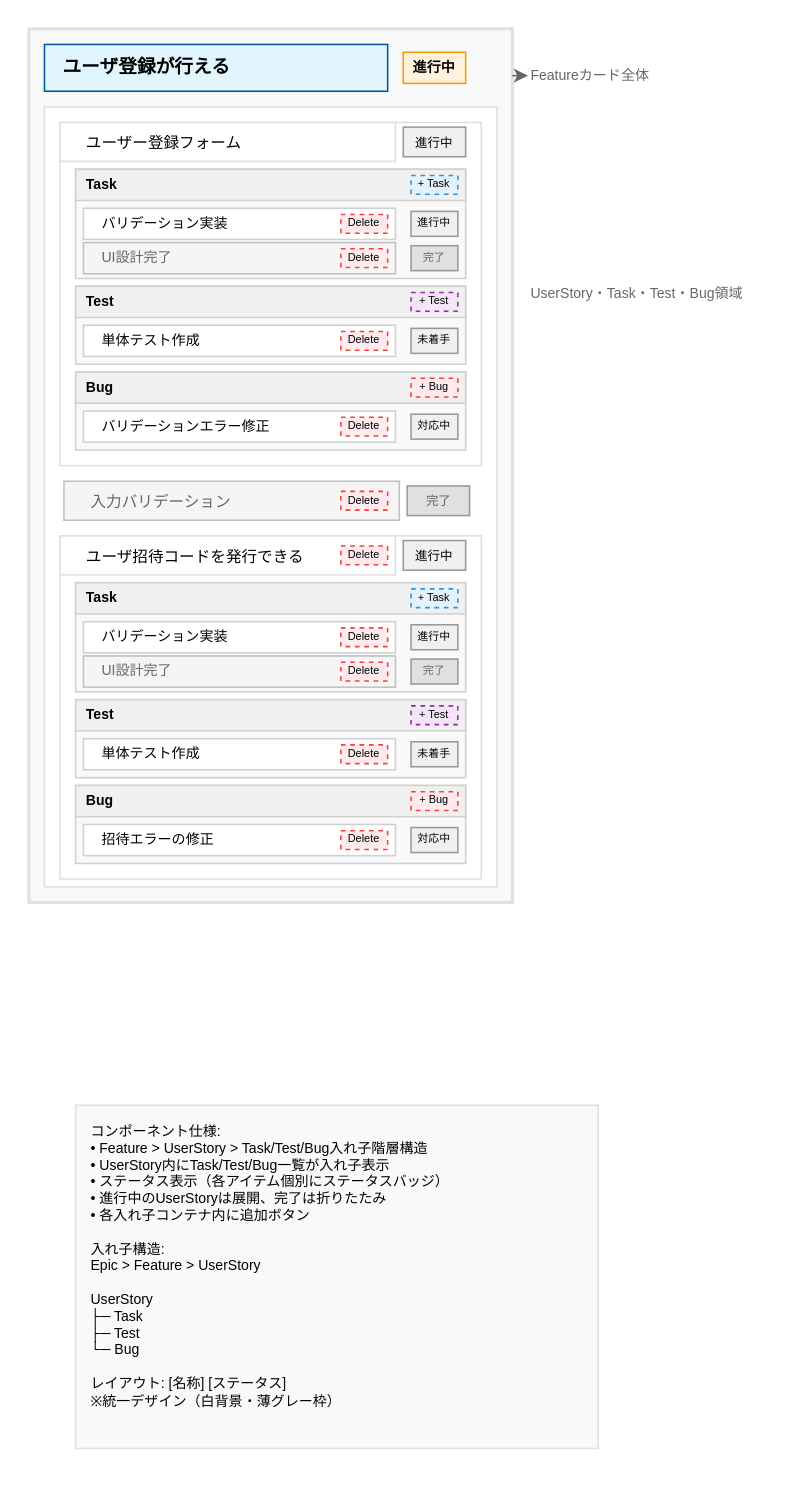
The draw.io diagram vibes/docs/specs/ui/kanban_ui_feature_card_component.drawio in hollySizzle/redmine_epic_ladder, before the edit. Source tidied: cells renumbered, new cells numbered last; positions are measured from the earlier drawing's top-left corner, leaving out a move shared by most shapes. Both pictures are drawn from the tidied source at 156%, with x=0, y=0 at pixel (28, 28).
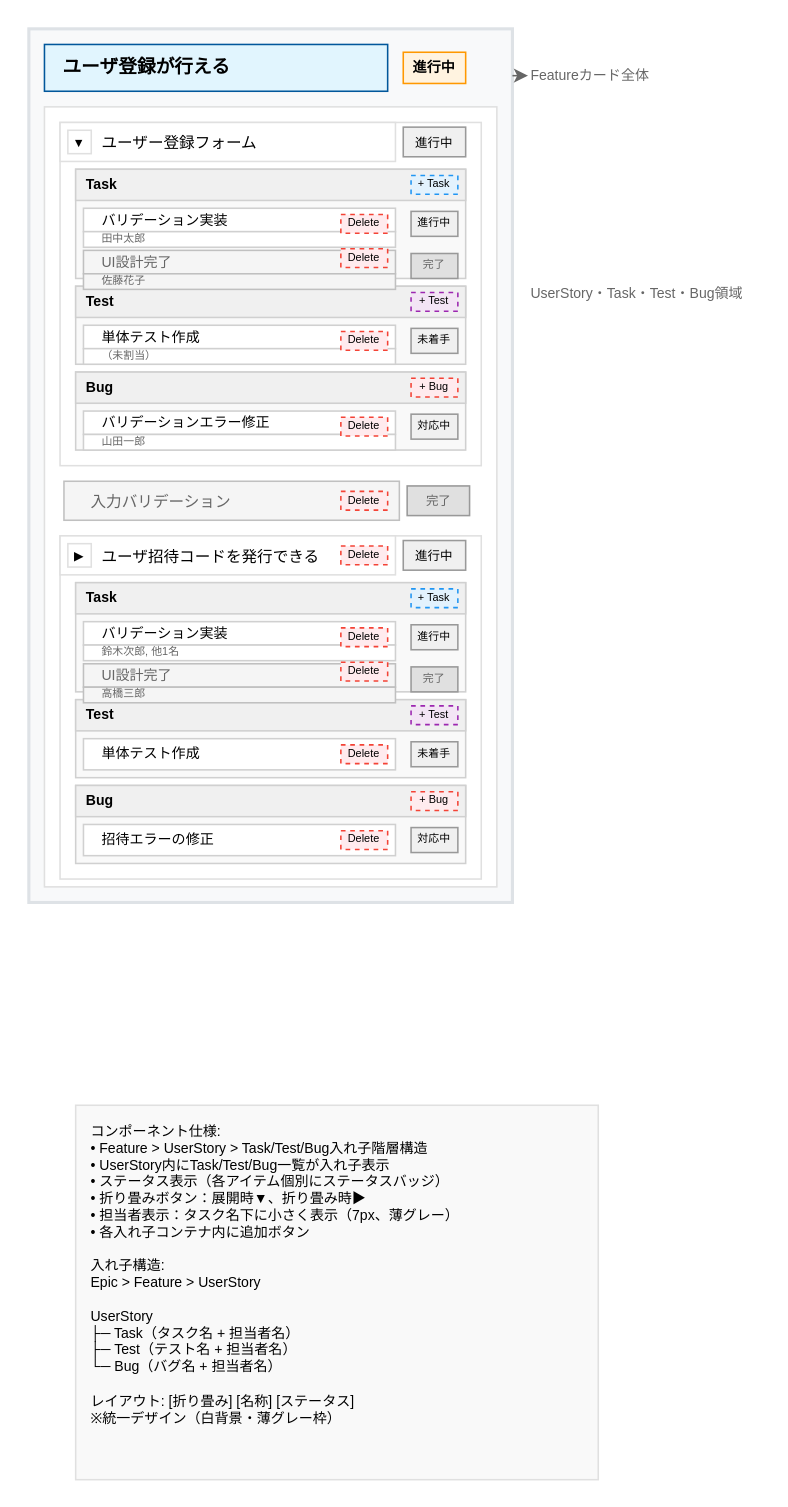
The same page after the edit.

Commit message:
ワイヤーフレームの更新(表示は崩れた)

The change refers to these unchanged cells:
```xml
<mxCell id="23" style="group;" parent="1" vertex="1">
  <mxGeometry x="30" y="90" width="250" height="70" as="geometry" />
</mxCell>
<mxCell id="33" style="group;" parent="1" vertex="1">
  <mxGeometry x="20" y="60" width="260" height="25" as="geometry" />
</mxCell>
<mxCell id="47" style="group;" parent="1" vertex="1">
  <mxGeometry x="30" y="355" width="250" height="70" as="geometry" />
</mxCell>
<mxCell id="57" style="group;" parent="1" vertex="1">
  <mxGeometry x="20" y="325" width="260" height="25" as="geometry" />
</mxCell>
```

The edit, as a diff of the source:
```diff
@@
-    <mxCell id="10" value="コンポーネント仕様:&lt;br&gt;• Feature &amp;gt; UserStory &amp;gt; Task/Test/Bug入れ子階層構造&lt;br&gt;• UserStory内にTask/Test/Bug一覧が入れ子表示&lt;br&gt;• ステータス表示（各アイテム個別にステータスバッジ）&lt;br&gt;• 進行中のUserStoryは展開、完了は折りたたみ&lt;br&gt;• 各入れ子コンテナ内に追加ボタン&lt;br&gt;&lt;br&gt;入れ子構造:&lt;br&gt;Epic &amp;gt; Feature &amp;gt; UserStory&lt;div&gt;&lt;font color=&quot;#000000&quot;&gt;&lt;br&gt;&lt;/font&gt;&lt;/div&gt;&lt;div&gt;&lt;span style=&quot;color: rgb(0, 0, 0);&quot;&gt;UserStory&lt;/span&gt;&lt;font color=&quot;#000000&quot;&gt;&lt;br&gt;&lt;/font&gt;  ├─ Task&lt;br&gt;  ├─ Test&lt;br&gt;  └─ Bug&lt;br&gt;&lt;br&gt;レイアウト: [名称] [ステータス]&lt;br&gt;※統一デザイン（白背景・薄グレー枠）&lt;/div&gt;" style="text;html=1;strokeColor=#e0e0e0;fillColor=#f9f9f9;align=left;verticalAlign=top;whiteSpace=wrap;rounded=0;fontSize=9;spacingTop=5;spacingLeft=8;" parent="1" vertex="1">
-      <mxGeometry x="30" y="690" width="335" height="220" as="geometry" />
+    <mxCell id="10" value="コンポーネント仕様:&lt;br&gt;• Feature &amp;gt; UserStory &amp;gt; Task/Test/Bug入れ子階層構造&lt;br&gt;• UserStory内にTask/Test/Bug一覧が入れ子表示&lt;br&gt;• ステータス表示（各アイテム個別にステータスバッジ）&lt;br&gt;• 折り畳みボタン：展開時▼、折り畳み時▶&lt;br&gt;• 担当者表示：タスク名下に小さく表示（7px、薄グレー）&lt;br&gt;• 各入れ子コンテナ内に追加ボタン&lt;br&gt;&lt;br&gt;入れ子構造:&lt;br&gt;Epic &amp;gt; Feature &amp;gt; UserStory&lt;div&gt;&lt;font color=&quot;#000000&quot;&gt;&lt;br&gt;&lt;/font&gt;&lt;/div&gt;&lt;div&gt;&lt;span style=&quot;color: rgb(0, 0, 0);&quot;&gt;UserStory&lt;/span&gt;&lt;font color=&quot;#000000&quot;&gt;&lt;br&gt;&lt;/font&gt;  ├─ Task（タスク名 + 担当者名）&lt;br&gt;  ├─ Test（テスト名 + 担当者名）&lt;br&gt;  └─ Bug（バグ名 + 担当者名）&lt;br&gt;&lt;br&gt;レイアウト: [折り畳み] [名称] [ステータス]&lt;br&gt;※統一デザイン（白背景・薄グレー枠）&lt;/div&gt;" style="text;html=1;strokeColor=#e0e0e0;fillColor=#f9f9f9;align=left;verticalAlign=top;whiteSpace=wrap;rounded=0;fontSize=9;spacingTop=5;spacingLeft=8;" parent="1" vertex="1">
+      <mxGeometry x="30" y="690" width="335" height="240" as="geometry" />
     </mxCell>
@@
     <mxCell id="15" value="単体テスト作成" style="rounded=0;whiteSpace=wrap;html=1;fillColor=#ffffff;strokeColor=#d0d0d0;fontSize=9;align=left;verticalAlign=middle;spacingLeft=10;" parent="1" vertex="1">
-      <mxGeometry x="35" y="190" width="200" height="20" as="geometry" />
+      <mxGeometry x="35" y="190" width="200" height="15" as="geometry" />
     </mxCell>
+    <mxCell id="66" value="（未割当）" style="rounded=0;whiteSpace=wrap;html=1;fillColor=#ffffff;strokeColor=#d0d0d0;fontSize=7;align=left;verticalAlign=middle;spacingLeft=10;fontColor=#666666;" parent="1" vertex="1">
+      <mxGeometry x="35" y="205" width="200" height="10" as="geometry" />
+    </mxCell>
@@
     <mxCell id="20" value="バリデーションエラー修正" style="rounded=0;whiteSpace=wrap;html=1;fillColor=#ffffff;strokeColor=#d0d0d0;fontSize=9;align=left;verticalAlign=middle;spacingLeft=10;" parent="1" vertex="1">
-      <mxGeometry x="35" y="245" width="200" height="20" as="geometry" />
+      <mxGeometry x="35" y="245" width="200" height="15" as="geometry" />
     </mxCell>
+    <mxCell id="67" value="山田一郎" style="rounded=0;whiteSpace=wrap;html=1;fillColor=#ffffff;strokeColor=#d0d0d0;fontSize=7;align=left;verticalAlign=middle;spacingLeft=10;fontColor=#666666;" parent="1" vertex="1">
+      <mxGeometry x="35" y="260" width="200" height="10" as="geometry" />
+    </mxCell>
@@
     <mxCell id="26" value="バリデーション実装" style="rounded=0;whiteSpace=wrap;html=1;fillColor=#ffffff;strokeColor=#d0d0d0;fontSize=9;align=left;verticalAlign=middle;spacingLeft=10;" parent="23" vertex="1">
-      <mxGeometry x="5" y="25" width="200" height="20" as="geometry" />
+      <mxGeometry x="5" y="25" width="200" height="15" as="geometry" />
     </mxCell>
+    <mxCell id="68" value="田中太郎" style="rounded=0;whiteSpace=wrap;html=1;fillColor=#ffffff;strokeColor=#d0d0d0;fontSize=7;align=left;verticalAlign=middle;spacingLeft=10;fontColor=#666666;" parent="23" vertex="1">
+      <mxGeometry x="5" y="40" width="200" height="10" as="geometry" />
+    </mxCell>
@@
     <mxCell id="28" value="UI設計完了" style="rounded=0;whiteSpace=wrap;html=1;fillColor=#f5f5f5;strokeColor=#c0c0c0;fontSize=9;align=left;verticalAlign=middle;spacingLeft=10;fontColor=#666666;" parent="23" vertex="1">
-      <mxGeometry x="5" y="47" width="200" height="20" as="geometry" />
+      <mxGeometry x="5" y="52" width="200" height="15" as="geometry" />
     </mxCell>
+    <mxCell id="69" value="佐藤花子" style="rounded=0;whiteSpace=wrap;html=1;fillColor=#f5f5f5;strokeColor=#c0c0c0;fontSize=7;align=left;verticalAlign=middle;spacingLeft=10;fontColor=#666666;" parent="23" vertex="1">
+      <mxGeometry x="5" y="67" width="200" height="10" as="geometry" />
+    </mxCell>
     <mxCell id="29" value="完了" style="rounded=0;whiteSpace=wrap;html=1;fillColor=#e0e0e0;strokeColor=#999999;fontSize=7;align=center;verticalAlign=middle;fontColor=#666666;" parent="23" vertex="1">
-      <mxGeometry x="215" y="49" width="30" height="16" as="geometry" />
+      <mxGeometry x="215" y="54" width="30" height="16" as="geometry" />
     </mxCell>
@@
-    <mxCell id="35" value="ユーザー登録フォーム" style="rounded=0;whiteSpace=wrap;html=1;fillColor=#ffffff;strokeColor=#e0e0e0;fontSize=10;align=left;verticalAlign=middle;spacingLeft=15;" parent="33" vertex="1">
+    <mxCell id="35" value="ユーザー登録フォーム" style="rounded=0;whiteSpace=wrap;html=1;fillColor=#ffffff;strokeColor=#e0e0e0;fontSize=10;align=left;verticalAlign=middle;spacingLeft=25;" parent="33" vertex="1">
       <mxGeometry width="215" height="25" as="geometry" />
     </mxCell>
+    <mxCell id="70" value="▼" style="rounded=0;whiteSpace=wrap;html=1;fillColor=#ffffff;strokeColor=#e0e0e0;fontSize=8;align=center;verticalAlign=middle;" parent="33" vertex="1">
+      <mxGeometry x="5" y="5" width="15" height="15" as="geometry" />
+    </mxCell>
@@
     <mxCell id="50" value="バリデーション実装" style="rounded=0;whiteSpace=wrap;html=1;fillColor=#ffffff;strokeColor=#d0d0d0;fontSize=9;align=left;verticalAlign=middle;spacingLeft=10;" parent="47" vertex="1">
-      <mxGeometry x="5" y="25" width="200" height="20" as="geometry" />
+      <mxGeometry x="5" y="25" width="200" height="15" as="geometry" />
     </mxCell>
+    <mxCell id="71" value="鈴木次郎, 他1名" style="rounded=0;whiteSpace=wrap;html=1;fillColor=#ffffff;strokeColor=#d0d0d0;fontSize=7;align=left;verticalAlign=middle;spacingLeft=10;fontColor=#666666;" parent="47" vertex="1">
+      <mxGeometry x="5" y="40" width="200" height="10" as="geometry" />
+    </mxCell>
@@
     <mxCell id="52" value="UI設計完了" style="rounded=0;whiteSpace=wrap;html=1;fillColor=#f5f5f5;strokeColor=#c0c0c0;fontSize=9;align=left;verticalAlign=middle;spacingLeft=10;fontColor=#666666;" parent="47" vertex="1">
-      <mxGeometry x="5" y="47" width="200" height="20" as="geometry" />
+      <mxGeometry x="5" y="52" width="200" height="15" as="geometry" />
     </mxCell>
+    <mxCell id="72" value="高橋三郎" style="rounded=0;whiteSpace=wrap;html=1;fillColor=#f5f5f5;strokeColor=#c0c0c0;fontSize=7;align=left;verticalAlign=middle;spacingLeft=10;fontColor=#666666;" parent="47" vertex="1">
+      <mxGeometry x="5" y="67" width="200" height="10" as="geometry" />
+    </mxCell>
     <mxCell id="53" value="完了" style="rounded=0;whiteSpace=wrap;html=1;fillColor=#e0e0e0;strokeColor=#999999;fontSize=7;align=center;verticalAlign=middle;fontColor=#666666;" parent="47" vertex="1">
-      <mxGeometry x="215" y="49" width="30" height="16" as="geometry" />
+      <mxGeometry x="215" y="54" width="30" height="16" as="geometry" />
     </mxCell>
@@
-    <mxCell id="59" value="ユーザ招待コードを発行できる" style="rounded=0;whiteSpace=wrap;html=1;fillColor=#ffffff;strokeColor=#e0e0e0;fontSize=10;align=left;verticalAlign=middle;spacingLeft=15;" parent="57" vertex="1">
+    <mxCell id="59" value="ユーザ招待コードを発行できる" style="rounded=0;whiteSpace=wrap;html=1;fillColor=#ffffff;strokeColor=#e0e0e0;fontSize=10;align=left;verticalAlign=middle;spacingLeft=25;" parent="57" vertex="1">
       <mxGeometry width="215" height="25" as="geometry" />
     </mxCell>
+    <mxCell id="73" value="▶" style="rounded=0;whiteSpace=wrap;html=1;fillColor=#ffffff;strokeColor=#e0e0e0;fontSize=8;align=center;verticalAlign=middle;" parent="57" vertex="1">
+      <mxGeometry x="5" y="5" width="15" height="15" as="geometry" />
+    </mxCell>
```
